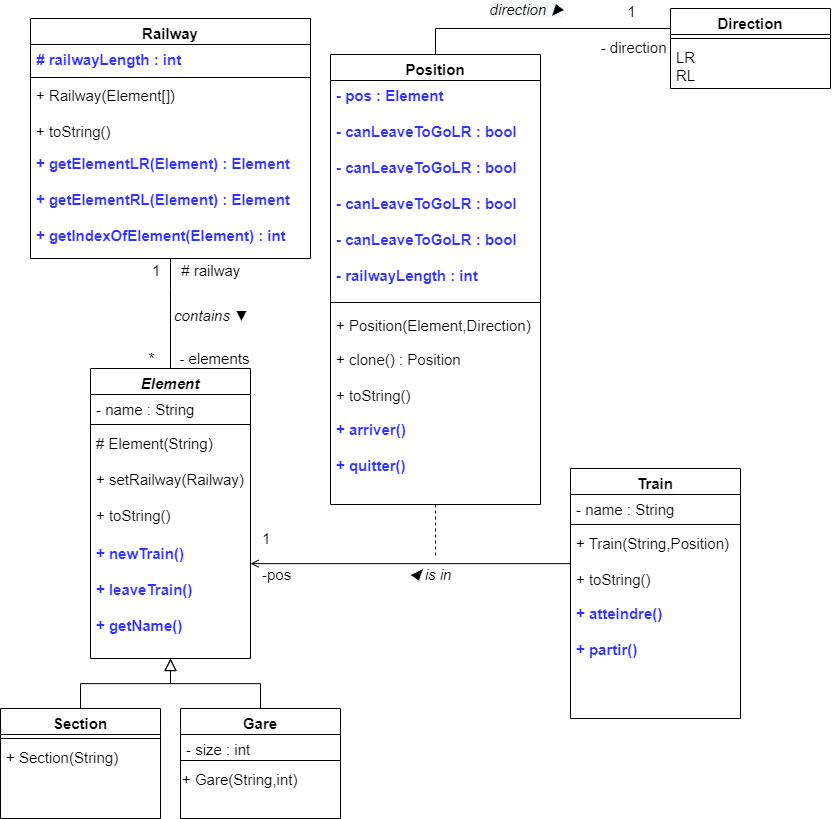
Earlier version of the draw.io export Réponses aux questions - Diagrammes de classe/Exercice 1 - Diagramme de classe.png (TanatornG/projet-trains). Source tidied: cells renumbered, new cells last; positions are measured from the earlier drawing's top-left corner, leaving out a move shared by most shapes. Source of this version:
```xml
<mxGraphModel>
  <root>
    <mxCell id="0" />
    <mxCell id="1" parent="0" />
    <mxCell id="2" value="Element&#10;" style="swimlane;fontStyle=3;align=center;verticalAlign=top;horizontal=1;startSize=26;rounded=0;shadow=0;strokeWidth=1;fontSize=15;" parent="1" vertex="1">
      <mxGeometry x="90" y="360" width="160" height="290" as="geometry" />
    </mxCell>
    <mxCell id="3" value="- name : String&#10;" style="text;align=left;verticalAlign=top;spacingLeft=4;spacingRight=4;overflow=hidden;fontSize=15;" parent="2" vertex="1">
      <mxGeometry y="26" width="160" height="26" as="geometry" />
    </mxCell>
    <mxCell id="4" style="line;html=1;strokeWidth=1;align=left;verticalAlign=middle;spacingTop=-1;spacingLeft=3;spacingRight=3;labelPosition=right;fontSize=15;" parent="2" vertex="1">
      <mxGeometry y="52" width="160" height="8" as="geometry" />
    </mxCell>
    <mxCell id="5" value="# Element(String)&#10;&#10;+ setRailway(Railway)&#10;&#10;+ toString()&#10;" style="text;align=left;verticalAlign=top;spacingLeft=4;spacingRight=4;overflow=hidden;fontSize=15;" parent="2" vertex="1">
      <mxGeometry y="60" width="160" height="110" as="geometry" />
    </mxCell>
    <mxCell id="6" value="+ newTrain()&#10;&#10;+ leaveTrain()&#10;&#10;+ getName()" style="text;align=left;verticalAlign=top;spacingLeft=4;spacingRight=4;overflow=hidden;fontColor=#3333FF;fontStyle=1;fontSize=15;" parent="2" vertex="1">
      <mxGeometry y="170" width="160" height="120" as="geometry" />
    </mxCell>
    <mxCell id="7" value="Section&#10;" style="swimlane;fontStyle=1;align=center;verticalAlign=top;horizontal=1;startSize=26;rounded=0;shadow=0;strokeWidth=1;fontSize=15;" parent="1" vertex="1">
      <mxGeometry y="700" width="160" height="110" as="geometry" />
    </mxCell>
    <mxCell id="8" style="line;html=1;strokeWidth=1;align=left;verticalAlign=middle;spacingTop=-1;spacingLeft=3;spacingRight=3;labelPosition=right;fontSize=15;" parent="7" vertex="1">
      <mxGeometry y="26" width="160" height="8" as="geometry" />
    </mxCell>
    <mxCell id="9" value="+ Section(String)" style="text;align=left;verticalAlign=top;spacingLeft=4;spacingRight=4;overflow=hidden;fontStyle=0;fontSize=15;" parent="7" vertex="1">
      <mxGeometry y="34" width="160" height="26" as="geometry" />
    </mxCell>
    <mxCell id="10" style="endArrow=block;endSize=10;endFill=0;shadow=0;strokeWidth=1;rounded=0;edgeStyle=elbowEdgeStyle;elbow=vertical;fontSize=15;" parent="1" edge="1" source="7" target="2">
      <mxGeometry relative="1" as="geometry" />
    </mxCell>
    <mxCell id="11" value="Gare" style="swimlane;fontStyle=1;align=center;verticalAlign=top;horizontal=1;startSize=26;rounded=0;shadow=0;strokeWidth=1;fontSize=15;" parent="1" vertex="1">
      <mxGeometry x="180" y="700" width="160" height="110" as="geometry" />
    </mxCell>
    <mxCell id="12" value="- size : int" style="text;align=left;verticalAlign=top;spacingLeft=4;spacingRight=4;overflow=hidden;fontSize=15;" parent="11" vertex="1">
      <mxGeometry y="26" width="160" height="22" as="geometry" />
    </mxCell>
    <mxCell id="13" style="line;html=1;strokeWidth=1;align=left;verticalAlign=middle;spacingTop=-1;spacingLeft=3;spacingRight=3;labelPosition=right;fontSize=15;" parent="11" vertex="1">
      <mxGeometry y="48" width="160" height="8" as="geometry" />
    </mxCell>
    <mxCell id="14" value="&lt;div style=&quot;font-size: 15px;&quot;&gt;&lt;span style=&quot;background-color: initial; font-size: 15px;&quot;&gt;+ Gare(String,int)&lt;/span&gt;&lt;/div&gt;" style="text;html=1;align=left;verticalAlign=middle;strokeColor=none;fillColor=none;fontSize=15;" parent="11" vertex="1">
      <mxGeometry y="56" width="160" height="30" as="geometry" />
    </mxCell>
    <mxCell id="15" style="endArrow=block;endSize=10;endFill=0;shadow=0;strokeWidth=1;rounded=0;edgeStyle=elbowEdgeStyle;elbow=vertical;fontSize=15;" parent="1" edge="1" source="11" target="2">
      <mxGeometry relative="1" as="geometry" />
    </mxCell>
    <mxCell id="16" value="Train" style="swimlane;fontStyle=1;align=center;verticalAlign=top;horizontal=1;startSize=26;rounded=0;shadow=0;strokeWidth=1;fontSize=15;" parent="1" vertex="1">
      <mxGeometry x="570" y="460" width="170" height="250" as="geometry" />
    </mxCell>
    <mxCell id="17" value="- name : String" style="text;align=left;verticalAlign=top;spacingLeft=4;spacingRight=4;overflow=hidden;fontSize=15;" parent="16" vertex="1">
      <mxGeometry y="26" width="170" height="26" as="geometry" />
    </mxCell>
    <mxCell id="18" style="line;html=1;strokeWidth=1;align=left;verticalAlign=middle;spacingTop=-1;spacingLeft=3;spacingRight=3;labelPosition=right;fontSize=15;" parent="16" vertex="1">
      <mxGeometry y="52" width="170" height="8" as="geometry" />
    </mxCell>
    <mxCell id="19" value="+ Train(String,Position)&#10;&#10;+ toString()&#10;" style="text;align=left;verticalAlign=top;spacingLeft=4;spacingRight=4;overflow=hidden;fontSize=15;" parent="16" vertex="1">
      <mxGeometry y="60" width="170" height="70" as="geometry" />
    </mxCell>
    <mxCell id="20" value="+ atteindre()&#10;&#10;+ partir()" style="text;align=left;verticalAlign=top;spacingLeft=4;spacingRight=4;overflow=hidden;fontColor=#3333FF;fontStyle=1;fontSize=15;" parent="16" vertex="1">
      <mxGeometry y="130" width="170" height="120" as="geometry" />
    </mxCell>
    <mxCell id="21" value="Railway" style="swimlane;fontStyle=1;align=center;verticalAlign=top;horizontal=1;startSize=26;rounded=0;shadow=0;strokeWidth=1;fontSize=15;" parent="1" vertex="1">
      <mxGeometry x="30" y="10" width="280" height="240" as="geometry" />
    </mxCell>
    <mxCell id="22" value="&lt;b style=&quot;font-size: 15px;&quot;&gt;&amp;nbsp;# railwayLength : int&lt;/b&gt;" style="text;html=1;align=left;verticalAlign=middle;strokeColor=none;fillColor=none;fontColor=#3333FF;fontSize=15;" parent="21" vertex="1">
      <mxGeometry y="26" width="280" height="30" as="geometry" />
    </mxCell>
    <mxCell id="23" style="line;html=1;strokeWidth=1;align=left;verticalAlign=middle;spacingTop=-1;spacingLeft=3;spacingRight=3;labelPosition=right;fontSize=15;" parent="21" vertex="1">
      <mxGeometry y="56" width="280" height="6" as="geometry" />
    </mxCell>
    <mxCell id="24" value="+ Railway(Element[])&#10;&#10;+ toString()&#10;" style="text;align=left;verticalAlign=top;spacingLeft=4;spacingRight=4;overflow=hidden;fontStyle=0;fontSize=15;" parent="21" vertex="1">
      <mxGeometry y="62" width="280" height="68" as="geometry" />
    </mxCell>
    <mxCell id="25" value="+ getElementLR(Element) : Element&#10;&#10;+ getElementRL(Element) : Element&#10;&#10;+ getIndexOfElement(Element) : int" style="text;align=left;verticalAlign=top;spacingLeft=4;spacingRight=4;overflow=hidden;fontColor=#3333FF;fontStyle=1;fontSize=15;" parent="21" vertex="1">
      <mxGeometry y="130" width="280" height="110" as="geometry" />
    </mxCell>
    <mxCell id="26" style="endArrow=none;shadow=0;strokeWidth=1;rounded=0;endFill=0;edgeStyle=elbowEdgeStyle;elbow=vertical;entryX=0.5;entryY=0;entryDx=0;entryDy=0;exitX=0.5;exitY=1;exitDx=0;exitDy=0;fontSize=15;" parent="1" edge="1" source="21" target="2">
      <mxGeometry x="0.5" y="41" relative="1" as="geometry">
        <Array as="points">
          <mxPoint x="190" y="280" />
          <mxPoint x="190" y="290" />
          <mxPoint x="170" y="350" />
        </Array>
        <mxPoint x="-40" y="32" as="offset" />
      </mxGeometry>
    </mxCell>
    <mxCell id="27" value="1     # railway&#10;" style="align=left;verticalAlign=bottom;labelBackgroundColor=none;fontSize=15;" parent="26" vertex="1">
      <mxGeometry x="-1" relative="1" as="geometry">
        <mxPoint x="-20" y="40" as="offset" />
      </mxGeometry>
    </mxCell>
    <mxCell id="28" value="*      - elements" style="align=right;verticalAlign=bottom;labelBackgroundColor=none;fontSize=15;" parent="26" vertex="1">
      <mxGeometry x="1" relative="1" as="geometry">
        <mxPoint x="80" as="offset" />
      </mxGeometry>
    </mxCell>
    <mxCell id="29" value="contains&amp;nbsp;▼" style="text;html=1;align=center;verticalAlign=middle;labelBackgroundColor=none;rounded=0;shadow=0;strokeWidth=1;fontSize=15;fontStyle=2;" parent="26" vertex="1">
      <mxGeometry x="0.5" y="49" relative="1" as="geometry">
        <mxPoint x="-9" y="-27" as="offset" />
      </mxGeometry>
    </mxCell>
    <mxCell id="30" style="group;fontSize=15;" parent="1" vertex="1">
      <mxGeometry x="370" y="490" as="geometry" />
    </mxCell>
    <mxCell id="31" style="endArrow=none;shadow=0;strokeWidth=1;rounded=0;endFill=0;edgeStyle=elbowEdgeStyle;elbow=vertical;startArrow=open;startFill=0;fontSize=15;" parent="30" edge="1" source="2" target="16">
      <mxGeometry x="0.5" y="41" relative="1" as="geometry">
        <mxPoint x="-40" y="32" as="offset" />
      </mxGeometry>
    </mxCell>
    <mxCell id="32" value="1&#10;&#10;-pos" style="align=left;verticalAlign=bottom;labelBackgroundColor=none;fontSize=15;" parent="31" vertex="1">
      <mxGeometry x="-1" relative="1" as="geometry">
        <mxPoint x="10" y="20" as="offset" />
      </mxGeometry>
    </mxCell>
    <mxCell id="33" value="◀ is in" style="text;html=1;align=center;verticalAlign=middle;labelBackgroundColor=none;rounded=0;shadow=0;strokeWidth=1;fontSize=15;fontStyle=2;" parent="31" vertex="1">
      <mxGeometry x="0.5" y="49" relative="1" as="geometry">
        <mxPoint x="-62" y="59" as="offset" />
      </mxGeometry>
    </mxCell>
    <mxCell id="34" value="Direction&#10;" style="swimlane;fontStyle=1;align=center;verticalAlign=top;horizontal=1;startSize=26;rounded=0;shadow=0;strokeWidth=1;fontSize=15;" parent="1" vertex="1">
      <mxGeometry x="670" width="160" height="80" as="geometry" />
    </mxCell>
    <mxCell id="35" style="line;html=1;strokeWidth=1;align=left;verticalAlign=middle;spacingTop=-1;spacingLeft=3;spacingRight=3;labelPosition=right;fontSize=15;" parent="34" vertex="1">
      <mxGeometry y="26" width="160" height="8" as="geometry" />
    </mxCell>
    <mxCell id="36" value="LR&#10;RL&#10;" style="text;align=left;verticalAlign=top;spacingLeft=4;spacingRight=4;overflow=hidden;fontStyle=0;fontSize=15;" parent="34" vertex="1">
      <mxGeometry y="34" width="160" height="46" as="geometry" />
    </mxCell>
    <mxCell id="37" style="group;fontSize=15;" parent="1" vertex="1">
      <mxGeometry x="400" y="60" width="140" height="292" as="geometry" />
    </mxCell>
    <mxCell id="38" value="Position" style="swimlane;fontStyle=1;align=center;verticalAlign=top;horizontal=1;startSize=26;rounded=0;shadow=0;strokeWidth=1;fontSize=15;" parent="37" vertex="1">
      <mxGeometry x="-70" y="-14" width="210" height="450" as="geometry" />
    </mxCell>
    <mxCell id="39" value="- pos : Element&#10;&#10;- canLeaveToGoLR : bool&#10;&#10;- canLeaveToGoLR : bool&#10;&#10;- canLeaveToGoLR : bool&#10;&#10;- canLeaveToGoLR : bool&#10;&#10;- railwayLength : int " style="text;align=left;verticalAlign=top;spacingLeft=4;spacingRight=4;overflow=hidden;fontColor=#3333FF;fontStyle=1;fontSize=15;" parent="38" vertex="1">
      <mxGeometry y="26" width="210" height="214" as="geometry" />
    </mxCell>
    <mxCell id="40" style="line;html=1;strokeWidth=1;align=left;verticalAlign=middle;spacingTop=-1;spacingLeft=3;spacingRight=3;labelPosition=right;fontSize=15;" parent="38" vertex="1">
      <mxGeometry y="240" width="210" height="16" as="geometry" />
    </mxCell>
    <mxCell id="41" value="+ Position(Element,Direction)" style="text;align=left;verticalAlign=top;spacingLeft=4;spacingRight=4;overflow=hidden;fontStyle=0;fontColor=#000000;fontSize=15;" parent="38" vertex="1">
      <mxGeometry y="256" width="210" height="34" as="geometry" />
    </mxCell>
    <mxCell id="42" value="+ clone() : Position&#10;&#10;+ toString()" style="text;align=left;verticalAlign=top;spacingLeft=4;spacingRight=4;overflow=hidden;fontStyle=0;fontColor=#000000;fontSize=15;" parent="38" vertex="1">
      <mxGeometry y="290" width="210" height="70" as="geometry" />
    </mxCell>
    <mxCell id="43" value="+ arriver()&#10;&#10;+ quitter()" style="text;align=left;verticalAlign=top;spacingLeft=4;spacingRight=4;overflow=hidden;points=[[0,0.5],[1,0.5]];portConstraint=eastwest;fontColor=#3333FF;fontStyle=1;fontSize=15;" parent="38" vertex="1">
      <mxGeometry y="360" width="210" height="90" as="geometry" />
    </mxCell>
    <mxCell id="44" style="endArrow=none;shadow=0;strokeWidth=1;rounded=0;endFill=0;edgeStyle=elbowEdgeStyle;elbow=vertical;dashed=1;exitX=0.5;exitY=1;exitDx=0;exitDy=0;exitPerimeter=0;fontSize=15;" parent="1" edge="1" source="43">
      <mxGeometry x="0.5" y="41" relative="1" as="geometry">
        <mxPoint x="435" y="550" as="targetPoint" />
        <Array as="points">
          <mxPoint x="440" y="530" />
          <mxPoint x="435" y="510" />
          <mxPoint x="430" y="480" />
          <mxPoint x="435" y="460" />
          <mxPoint x="430" y="400" />
          <mxPoint x="430" y="450" />
          <mxPoint x="384" y="419" />
        </Array>
        <mxPoint x="-40" y="32" as="offset" />
      </mxGeometry>
    </mxCell>
    <mxCell id="45" style="edgeStyle=orthogonalEdgeStyle;rounded=0;jettySize=auto;html=1;strokeWidth=1;startArrow=none;startFill=0;endArrow=none;endFill=0;exitX=0.5;exitY=0;exitDx=0;exitDy=0;entryX=0;entryY=0.25;entryDx=0;entryDy=0;fontSize=15;" parent="1" edge="1" source="38" target="34">
      <mxGeometry relative="1" as="geometry" />
    </mxCell>
    <mxCell id="46" value="&lt;i style=&quot;font-size: 15px; background-color: rgb(248, 249, 250);&quot;&gt;direction ▶&lt;/i&gt;" style="edgeLabel;html=1;align=center;verticalAlign=middle;fontSize=15;" parent="45" vertex="1">
      <mxGeometry x="0.04" y="1" relative="1" as="geometry">
        <mxPoint x="-19" y="-19" as="offset" />
      </mxGeometry>
    </mxCell>
    <mxCell id="47" value="1&lt;br style=&quot;font-size: 15px;&quot;&gt;&lt;br style=&quot;font-size: 15px;&quot;&gt;&amp;nbsp;- direction" style="edgeLabel;html=1;align=center;verticalAlign=middle;labelBackgroundColor=none;fontSize=15;" parent="45" vertex="1">
      <mxGeometry x="0.94" relative="1" as="geometry">
        <mxPoint x="-33" as="offset" />
      </mxGeometry>
    </mxCell>
  </root>
</mxGraphModel>
```
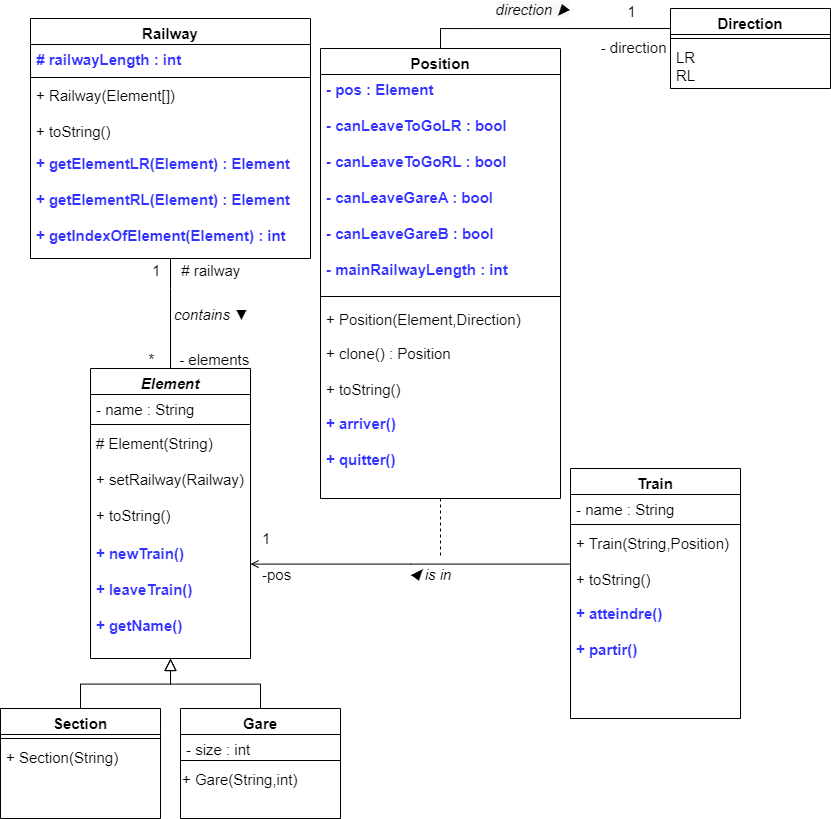
After the commit.

Diff of the diagram source:
```diff
@@ -127,29 +127,29 @@
       <mxGeometry y="34" width="160" height="46" as="geometry" />
     </mxCell>
     <mxCell id="37" style="group;fontSize=15;" parent="1" vertex="1">
-      <mxGeometry x="400" y="60" width="140" height="292" as="geometry" />
+      <mxGeometry x="390" y="54" width="170" height="436" as="geometry" />
     </mxCell>
     <mxCell id="38" value="Position" style="swimlane;fontStyle=1;align=center;verticalAlign=top;horizontal=1;startSize=26;rounded=0;shadow=0;strokeWidth=1;fontSize=15;" parent="37" vertex="1">
-      <mxGeometry x="-70" y="-14" width="210" height="450" as="geometry" />
+      <mxGeometry x="-70" y="-14" width="240" height="450" as="geometry" />
     </mxCell>
-    <mxCell id="39" value="- pos : Element&#10;&#10;- canLeaveToGoLR : bool&#10;&#10;- canLeaveToGoLR : bool&#10;&#10;- canLeaveToGoLR : bool&#10;&#10;- canLeaveToGoLR : bool&#10;&#10;- railwayLength : int " style="text;align=left;verticalAlign=top;spacingLeft=4;spacingRight=4;overflow=hidden;fontColor=#3333FF;fontStyle=1;fontSize=15;" parent="38" vertex="1">
-      <mxGeometry y="26" width="210" height="214" as="geometry" />
+    <mxCell id="39" value="- pos : Element&#10;&#10;- canLeaveToGoLR : bool&#10;&#10;- canLeaveToGoRL : bool&#10;&#10;- canLeaveGareA : bool&#10;&#10;- canLeaveGareB : bool&#10;&#10;- mainRailwayLength : int " style="text;align=left;verticalAlign=top;spacingLeft=4;spacingRight=4;overflow=hidden;fontColor=#3333FF;fontStyle=1;fontSize=15;" parent="38" vertex="1">
+      <mxGeometry y="26" width="240" height="214" as="geometry" />
     </mxCell>
     <mxCell id="40" style="line;html=1;strokeWidth=1;align=left;verticalAlign=middle;spacingTop=-1;spacingLeft=3;spacingRight=3;labelPosition=right;fontSize=15;" parent="38" vertex="1">
-      <mxGeometry y="240" width="210" height="16" as="geometry" />
+      <mxGeometry y="240" width="240" height="16" as="geometry" />
     </mxCell>
     <mxCell id="41" value="+ Position(Element,Direction)" style="text;align=left;verticalAlign=top;spacingLeft=4;spacingRight=4;overflow=hidden;fontStyle=0;fontColor=#000000;fontSize=15;" parent="38" vertex="1">
-      <mxGeometry y="256" width="210" height="34" as="geometry" />
+      <mxGeometry y="256" width="240" height="34" as="geometry" />
     </mxCell>
     <mxCell id="42" value="+ clone() : Position&#10;&#10;+ toString()" style="text;align=left;verticalAlign=top;spacingLeft=4;spacingRight=4;overflow=hidden;fontStyle=0;fontColor=#000000;fontSize=15;" parent="38" vertex="1">
-      <mxGeometry y="290" width="210" height="70" as="geometry" />
+      <mxGeometry y="290" width="240" height="70" as="geometry" />
     </mxCell>
     <mxCell id="43" value="+ arriver()&#10;&#10;+ quitter()" style="text;align=left;verticalAlign=top;spacingLeft=4;spacingRight=4;overflow=hidden;points=[[0,0.5],[1,0.5]];portConstraint=eastwest;fontColor=#3333FF;fontStyle=1;fontSize=15;" parent="38" vertex="1">
-      <mxGeometry y="360" width="210" height="90" as="geometry" />
+      <mxGeometry y="360" width="240" height="90" as="geometry" />
     </mxCell>
     <mxCell id="44" style="endArrow=none;shadow=0;strokeWidth=1;rounded=0;endFill=0;edgeStyle=elbowEdgeStyle;elbow=vertical;dashed=1;exitX=0.5;exitY=1;exitDx=0;exitDy=0;exitPerimeter=0;fontSize=15;" parent="1" edge="1" source="43">
       <mxGeometry x="0.5" y="41" relative="1" as="geometry">
-        <mxPoint x="435" y="550" as="targetPoint" />
+        <mxPoint x="440" y="550" as="targetPoint" />
         <Array as="points">
           <mxPoint x="440" y="530" />
           <mxPoint x="435" y="510" />
```
